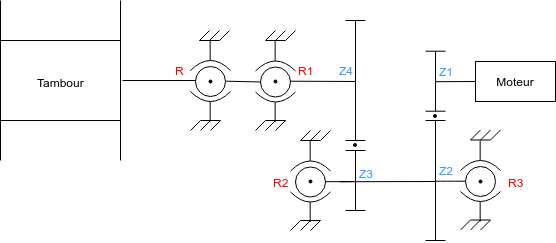
The draw.io diagram UI_engr/EDM_logiciel_ill.png in Cypher-0/UI_calc_engr_S3A, before a commit. Source tidied: cells renumbered, new cells last; positions are measured from the earlier drawing's top-left corner, leaving out a move shared by most shapes.
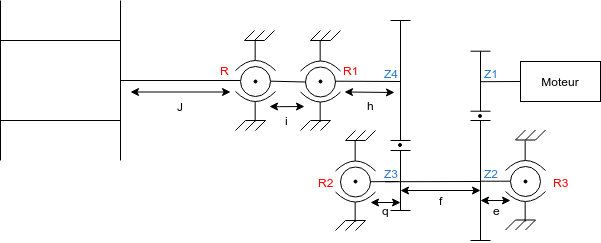
After the change.

The edit, as a diff of the source:
```diff
@@ -4,31 +4,31 @@
     <mxCell id="1" parent="0" />
     <mxCell id="2" style="endArrow=none;html=1;" parent="1" edge="1">
       <mxGeometry relative="1" as="geometry">
-        <mxPoint as="sourcePoint" />
-        <mxPoint y="160" as="targetPoint" />
+        <mxPoint x="-45" as="sourcePoint" />
+        <mxPoint x="-45" y="160" as="targetPoint" />
       </mxGeometry>
     </mxCell>
     <mxCell id="3" style="endArrow=none;html=1;" parent="1" edge="1">
       <mxGeometry relative="1" as="geometry">
-        <mxPoint x="120" as="sourcePoint" />
-        <mxPoint x="120" y="160" as="targetPoint" />
+        <mxPoint x="75" as="sourcePoint" />
+        <mxPoint x="75" y="160" as="targetPoint" />
       </mxGeometry>
     </mxCell>
     <mxCell id="4" style="endArrow=none;html=1;" parent="1" edge="1">
       <mxGeometry relative="1" as="geometry">
-        <mxPoint y="40" as="sourcePoint" />
-        <mxPoint x="120" y="40" as="targetPoint" />
+        <mxPoint x="-45" y="40" as="sourcePoint" />
+        <mxPoint x="75" y="40" as="targetPoint" />
       </mxGeometry>
     </mxCell>
     <mxCell id="5" style="endArrow=none;html=1;" parent="1" edge="1">
       <mxGeometry relative="1" as="geometry">
-        <mxPoint y="120" as="sourcePoint" />
-        <mxPoint x="120" y="120" as="targetPoint" />
+        <mxPoint x="-45" y="120" as="sourcePoint" />
+        <mxPoint x="75" y="120" as="targetPoint" />
       </mxGeometry>
     </mxCell>
     <mxCell id="6" style="endArrow=none;html=1;" parent="1" edge="1">
       <mxGeometry relative="1" as="geometry">
-        <mxPoint x="122" y="80" as="sourcePoint" />
+        <mxPoint x="75" y="80" as="sourcePoint" />
         <mxPoint x="195" y="80" as="targetPoint" />
       </mxGeometry>
     </mxCell>
@@ -481,9 +481,63 @@
         <mxPoint x="435" y="81.2" as="sourcePoint" />
       </mxGeometry>
     </mxCell>
-    <mxCell id="79" value="Tambour" style="text;html=1;align=center;verticalAlign=middle;" parent="1" vertex="1">
-      <mxGeometry x="32" y="72.5" width="57" height="18" as="geometry" />
-    </mxCell>
+    <mxCell id="96" style="endArrow=classic;startArrow=classic;html=1;strokeColor=#000000;" parent="1" edge="1">
+      <mxGeometry relative="1" as="geometry">
+        <mxPoint x="85" y="91.5" as="sourcePoint" />
+        <mxPoint x="185" y="91.5" as="targetPoint" />
+      </mxGeometry>
+    </mxCell>
+    <mxCell id="97" value="J" style="text;html=1;align=center;verticalAlign=middle;" parent="1" vertex="1">
+      <mxGeometry x="125" y="96" width="20" height="20" as="geometry" />
+    </mxCell>
+    <mxCell id="98" style="endArrow=classic;startArrow=classic;html=1;strokeColor=#000000;" parent="1" edge="1">
+      <mxGeometry relative="1" as="geometry">
+        <mxPoint x="224" y="106" as="sourcePoint" />
+        <mxPoint x="259" y="106" as="targetPoint" />
+        <Array as="points">
+          <mxPoint x="224" y="106.2" />
+        </Array>
+      </mxGeometry>
+    </mxCell>
+    <mxCell id="99" value="i" style="text;html=1;align=center;verticalAlign=middle;" parent="1" vertex="1">
+      <mxGeometry x="231" y="110" width="20" height="20" as="geometry" />
+    </mxCell>
+    <mxCell id="100" style="endArrow=classic;startArrow=classic;html=1;strokeColor=#000000;" parent="1" edge="1">
+      <mxGeometry relative="1" as="geometry">
+        <mxPoint x="299" y="91.5" as="sourcePoint" />
+        <mxPoint x="349" y="92" as="targetPoint" />
+      </mxGeometry>
+    </mxCell>
+    <mxCell id="101" value="h" style="text;html=1;align=center;verticalAlign=middle;" parent="1" vertex="1">
+      <mxGeometry x="315" y="95" width="20" height="20" as="geometry" />
+    </mxCell>
+    <mxCell id="102" style="endArrow=classic;startArrow=classic;html=1;strokeColor=#000000;" parent="1" edge="1">
+      <mxGeometry relative="1" as="geometry">
+        <mxPoint x="325" y="202" as="sourcePoint" />
+        <mxPoint x="355" y="202" as="targetPoint" />
+      </mxGeometry>
+    </mxCell>
+    <mxCell id="103" value="q" style="text;html=1;align=center;verticalAlign=middle;" parent="1" vertex="1">
+      <mxGeometry x="332" y="201" width="17" height="18" as="geometry" />
+    </mxCell>
+    <mxCell id="104" style="endArrow=classic;startArrow=classic;html=1;strokeColor=#000000;" parent="1" edge="1">
+      <mxGeometry relative="1" as="geometry">
+        <mxPoint x="355" y="190" as="sourcePoint" />
+        <mxPoint x="435" y="190" as="targetPoint" />
+      </mxGeometry>
+    </mxCell>
+    <mxCell id="105" value="f" style="text;html=1;align=center;verticalAlign=middle;" parent="1" vertex="1">
+      <mxGeometry x="385" y="190" width="20" height="20" as="geometry" />
+    </mxCell>
+    <mxCell id="106" style="endArrow=classic;startArrow=classic;html=1;strokeColor=#000000;" parent="1" edge="1">
+      <mxGeometry relative="1" as="geometry">
+        <mxPoint x="435" y="200" as="sourcePoint" />
+        <mxPoint x="465" y="200" as="targetPoint" />
+      </mxGeometry>
+    </mxCell>
+    <mxCell id="107" value="e" style="text;html=1;align=center;verticalAlign=middle;" parent="1" vertex="1">
+      <mxGeometry x="441" y="200" width="20" height="20" as="geometry" />
+    </mxCell>
     <mxCell id="80" style="ellipse;whiteSpace=wrap;html=1;fillColor=#000000;" parent="1" vertex="1">
       <mxGeometry x="208.5" y="79.5" width="3" height="3" as="geometry" />
     </mxCell>
@@ -526,17 +580,17 @@
     <mxCell id="91" value="&lt;font color=&quot;#FF0000&quot;&gt;R&lt;/font&gt;" style="text;html=1;align=center;verticalAlign=middle;" parent="1" vertex="1">
       <mxGeometry x="169" y="59.5" width="20" height="20" as="geometry" />
     </mxCell>
-    <mxCell id="92" value="&lt;font color=&quot;#3399ff&quot;&gt;Z1&lt;/font&gt;" style="text;html=1;strokeColor=none;fillColor=none;align=center;verticalAlign=middle;whiteSpace=wrap;rounded=0;" parent="1" vertex="1">
-      <mxGeometry x="425" y="61" width="40" height="20" as="geometry" />
+    <mxCell id="92" value="Z1" style="text;html=1;strokeColor=none;fillColor=none;align=center;verticalAlign=middle;whiteSpace=wrap;rounded=0;fontColor=#297ACC;" parent="1" vertex="1">
+      <mxGeometry x="425" y="62.5" width="40" height="20" as="geometry" />
     </mxCell>
-    <mxCell id="93" value="&lt;font color=&quot;#3399ff&quot;&gt;Z2&lt;/font&gt;" style="text;html=1;strokeColor=none;fillColor=none;align=center;verticalAlign=middle;whiteSpace=wrap;rounded=0;" parent="1" vertex="1">
-      <mxGeometry x="425" y="159.5" width="40" height="20" as="geometry" />
+    <mxCell id="93" value="Z2" style="text;html=1;strokeColor=none;fillColor=none;align=center;verticalAlign=middle;whiteSpace=wrap;rounded=0;fontColor=#297ACC;" parent="1" vertex="1">
+      <mxGeometry x="425" y="162.5" width="40" height="20" as="geometry" />
     </mxCell>
-    <mxCell id="94" value="&lt;font color=&quot;#3399ff&quot;&gt;Z3&lt;/font&gt;" style="text;html=1;strokeColor=none;fillColor=none;align=center;verticalAlign=middle;whiteSpace=wrap;rounded=0;" parent="1" vertex="1">
-      <mxGeometry x="345" y="162.5" width="40" height="20" as="geometry" />
+    <mxCell id="94" value="Z3" style="text;html=1;strokeColor=none;fillColor=none;align=center;verticalAlign=middle;whiteSpace=wrap;rounded=0;fontColor=#297ACC;" parent="1" vertex="1">
+      <mxGeometry x="325" y="162.5" width="40" height="20" as="geometry" />
     </mxCell>
-    <mxCell id="95" value="&lt;font color=&quot;#3399ff&quot;&gt;Z4&lt;br&gt;&lt;/font&gt;" style="text;html=1;strokeColor=none;fillColor=none;align=center;verticalAlign=middle;whiteSpace=wrap;rounded=0;" parent="1" vertex="1">
-      <mxGeometry x="325" y="59.5" width="40" height="20" as="geometry" />
+    <mxCell id="95" value="Z4" style="text;html=1;strokeColor=none;fillColor=none;align=center;verticalAlign=middle;whiteSpace=wrap;rounded=0;fontColor=#297ACC;" parent="1" vertex="1">
+      <mxGeometry x="325" y="62.5" width="40" height="20" as="geometry" />
     </mxCell>
   </root>
 </mxGraphModel>
```
